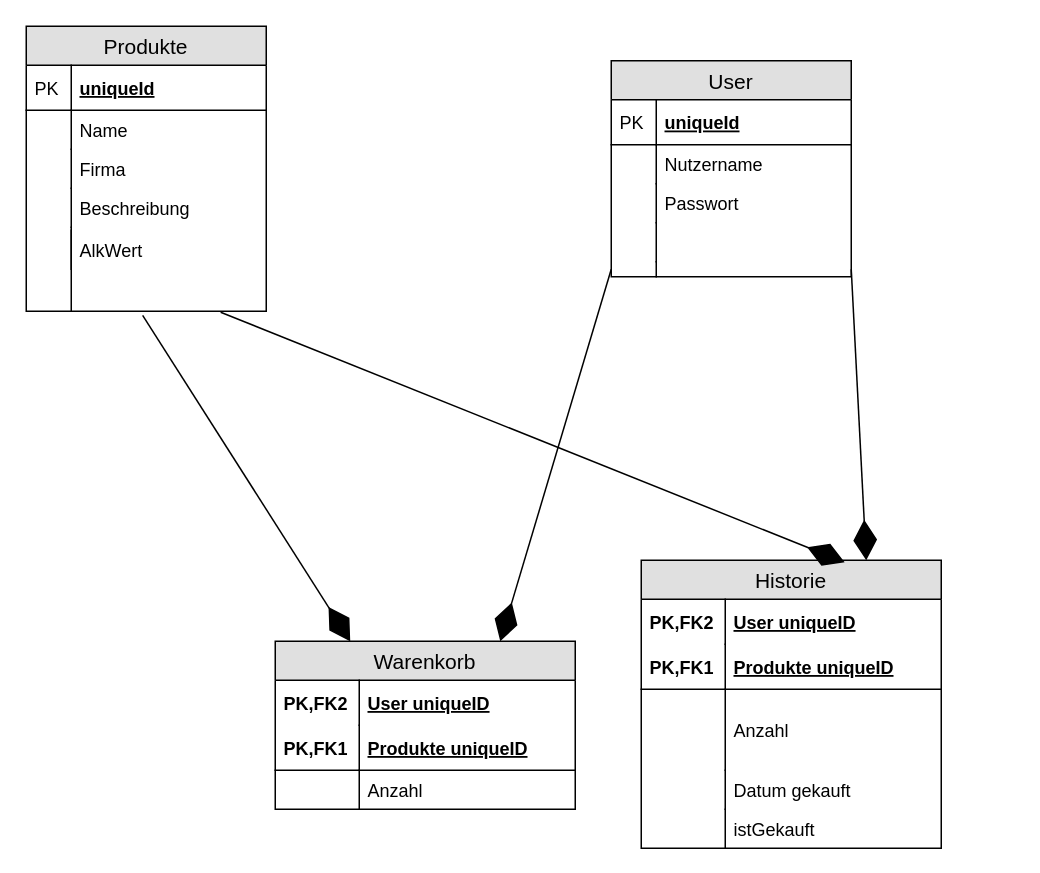
The draw.io diagram Planung/Datenbank.drawio in Lubims/partyplaner.lubims, before the edit. Source tidied: cells renumbered, new cells numbered last; positions are measured from the earlier drawing's top-left corner, leaving out a move shared by most shapes. Both pictures are drawn from the tidied source at 150%, with x=0, y=0 at pixel (26, 26).
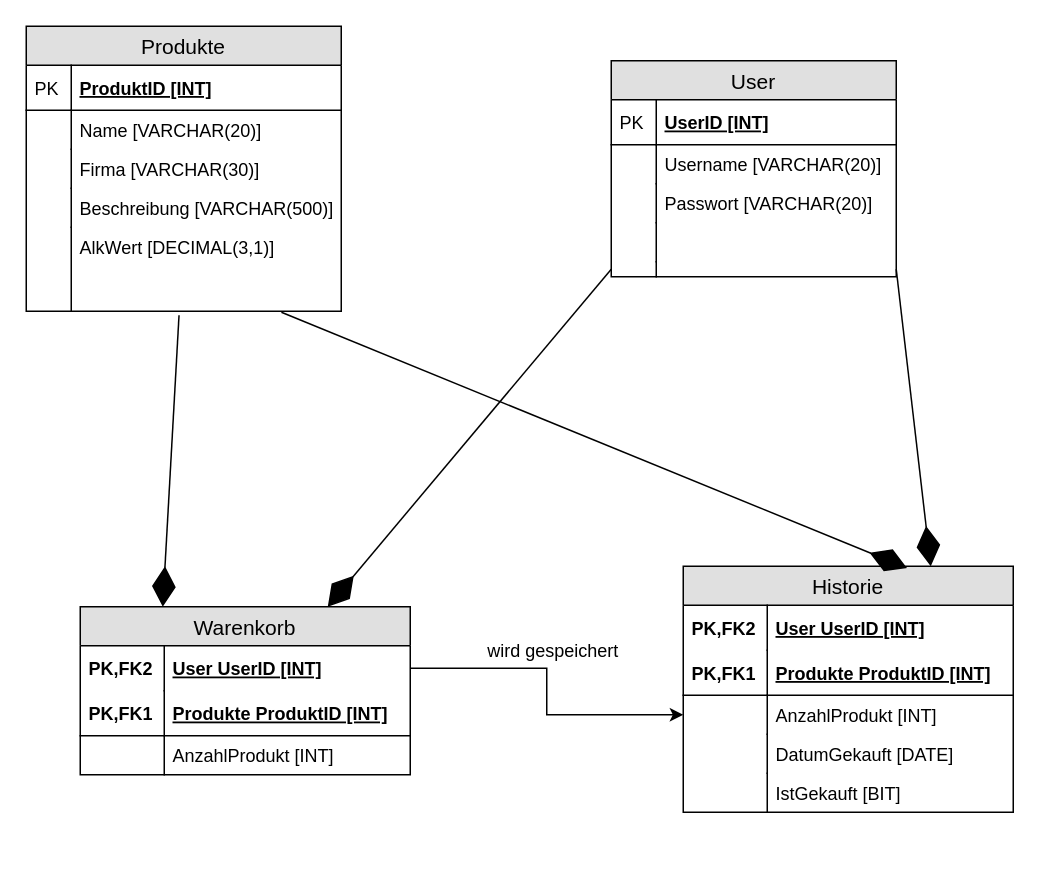
After the change.

Diff of the diagram source:
```diff
@@
     <mxCell id="2" value="Produkte" style="swimlane;fontStyle=0;horizontal=1;startSize=26;fillColor=#e0e0e0;swimlaneFillColor=#ffffff;align=center;fontSize=14;" parent="1" vertex="1">
-      <mxGeometry width="160" height="190" as="geometry" />
+      <mxGeometry width="210" height="190" as="geometry" />
     </mxCell>
-    <mxCell id="3" value="uniqueId" style="shape=partialRectangle;top=0;left=0;right=0;bottom=1;align=left;verticalAlign=middle;fillColor=none;spacingLeft=34;spacingRight=4;overflow=hidden;fontStyle=5;fontSize=12;" parent="2" vertex="1">
-      <mxGeometry y="26" width="160" height="30" as="geometry" />
+    <mxCell id="3" value="ProduktID [INT]" style="shape=partialRectangle;top=0;left=0;right=0;bottom=1;align=left;verticalAlign=middle;fillColor=none;spacingLeft=34;spacingRight=4;overflow=hidden;fontStyle=5;fontSize=12;" parent="2" vertex="1">
+      <mxGeometry y="26" width="210" height="30" as="geometry" />
     </mxCell>
@@
-    <mxCell id="5" value="Name" style="shape=partialRectangle;top=0;left=0;right=0;bottom=0;align=left;verticalAlign=top;fillColor=none;spacingLeft=34;spacingRight=4;overflow=hidden;fontSize=12;" parent="2" vertex="1">
-      <mxGeometry y="56" width="160" height="26" as="geometry" />
+    <mxCell id="5" value="Name [VARCHAR(20)]" style="shape=partialRectangle;top=0;left=0;right=0;bottom=0;align=left;verticalAlign=top;fillColor=none;spacingLeft=34;spacingRight=4;overflow=hidden;fontSize=12;" parent="2" vertex="1">
+      <mxGeometry y="56" width="210" height="26" as="geometry" />
     </mxCell>
@@
-    <mxCell id="7" value="Firma" style="shape=partialRectangle;top=0;left=0;right=0;bottom=0;align=left;verticalAlign=top;fillColor=none;spacingLeft=34;spacingRight=4;overflow=hidden;fontSize=12;" parent="2" vertex="1">
-      <mxGeometry y="82" width="160" height="26" as="geometry" />
+    <mxCell id="7" value="Firma [VARCHAR(30)]" style="shape=partialRectangle;top=0;left=0;right=0;bottom=0;align=left;verticalAlign=top;fillColor=none;spacingLeft=34;spacingRight=4;overflow=hidden;fontSize=12;" parent="2" vertex="1">
+      <mxGeometry y="82" width="210" height="26" as="geometry" />
     </mxCell>
@@
-    <mxCell id="9" value="Beschreibung" style="shape=partialRectangle;top=0;left=0;right=0;bottom=0;align=left;verticalAlign=top;fillColor=none;spacingLeft=34;spacingRight=4;overflow=hidden;fontSize=12;" parent="2" vertex="1">
-      <mxGeometry y="108" width="160" height="26" as="geometry" />
+    <mxCell id="9" value="Beschreibung [VARCHAR(500)]" style="shape=partialRectangle;top=0;left=0;right=0;bottom=0;align=left;verticalAlign=top;fillColor=none;spacingLeft=34;spacingRight=4;overflow=hidden;fontSize=12;" parent="2" vertex="1">
+      <mxGeometry y="108" width="210" height="26" as="geometry" />
     </mxCell>
@@
-    <mxCell id="11" style="shape=partialRectangle;top=0;left=0;right=0;bottom=0;align=left;verticalAlign=top;fillColor=none;spacingLeft=34;spacingRight=4;overflow=hidden;points=[[0,0.5],[1,0.5]];portConstraint=eastwest;fontSize=12;" parent="2" vertex="1">
-      <mxGeometry y="134" width="160" height="56" as="geometry" />
+    <mxCell id="11" value="AlkWert [DECIMAL(3,1)]" style="shape=partialRectangle;top=0;left=0;right=0;bottom=0;align=left;verticalAlign=top;fillColor=none;spacingLeft=34;spacingRight=4;overflow=hidden;points=[[0,0.5],[1,0.5]];portConstraint=eastwest;fontSize=12;" parent="2" vertex="1">
+      <mxGeometry y="134" width="210" height="56" as="geometry" />
     </mxCell>
@@
     <mxCell id="13" value="User" style="swimlane;fontStyle=0;horizontal=1;startSize=26;fillColor=#e0e0e0;swimlaneFillColor=#ffffff;align=center;fontSize=14;" parent="1" vertex="1">
-      <mxGeometry x="390" y="23" width="160" height="144" as="geometry" />
+      <mxGeometry x="390" y="23" width="190" height="144" as="geometry" />
     </mxCell>
-    <mxCell id="14" value="uniqueId" style="shape=partialRectangle;top=0;left=0;right=0;bottom=1;align=left;verticalAlign=middle;fillColor=none;spacingLeft=34;spacingRight=4;overflow=hidden;fontStyle=5;fontSize=12;" parent="13" vertex="1">
-      <mxGeometry y="26" width="160" height="30" as="geometry" />
+    <mxCell id="14" value="UserID [INT]" style="shape=partialRectangle;top=0;left=0;right=0;bottom=1;align=left;verticalAlign=middle;fillColor=none;spacingLeft=34;spacingRight=4;overflow=hidden;fontStyle=5;fontSize=12;" parent="13" vertex="1">
+      <mxGeometry y="26" width="190" height="30" as="geometry" />
     </mxCell>
@@
-    <mxCell id="16" value="Nutzername" style="shape=partialRectangle;top=0;left=0;right=0;bottom=0;align=left;verticalAlign=top;fillColor=none;spacingLeft=34;spacingRight=4;overflow=hidden;fontSize=12;" parent="13" vertex="1">
-      <mxGeometry y="56" width="160" height="26" as="geometry" />
+    <mxCell id="16" value="Username [VARCHAR(20)]" style="shape=partialRectangle;top=0;left=0;right=0;bottom=0;align=left;verticalAlign=top;fillColor=none;spacingLeft=34;spacingRight=4;overflow=hidden;fontSize=12;" parent="13" vertex="1">
+      <mxGeometry y="56" width="190" height="26" as="geometry" />
     </mxCell>
@@
-    <mxCell id="18" value="Passwort" style="shape=partialRectangle;top=0;left=0;right=0;bottom=0;align=left;verticalAlign=top;fillColor=none;spacingLeft=34;spacingRight=4;overflow=hidden;fontSize=12;" parent="13" vertex="1">
-      <mxGeometry y="82" width="160" height="26" as="geometry" />
+    <mxCell id="18" value="Passwort [VARCHAR(20)]" style="shape=partialRectangle;top=0;left=0;right=0;bottom=0;align=left;verticalAlign=top;fillColor=none;spacingLeft=34;spacingRight=4;overflow=hidden;fontSize=12;" parent="13" vertex="1">
+      <mxGeometry y="82" width="190" height="26" as="geometry" />
     </mxCell>
@@
     <mxCell id="20" style="shape=partialRectangle;top=0;left=0;right=0;bottom=0;align=left;verticalAlign=top;fillColor=none;spacingLeft=34;spacingRight=4;overflow=hidden;fontSize=12;" parent="13" vertex="1">
-      <mxGeometry y="108" width="160" height="26" as="geometry" />
+      <mxGeometry y="108" width="190" height="26" as="geometry" />
     </mxCell>
@@
     <mxCell id="22" style="shape=partialRectangle;top=0;left=0;right=0;bottom=0;align=left;verticalAlign=top;fillColor=none;spacingLeft=34;spacingRight=4;overflow=hidden;points=[[0,0.5],[1,0.5]];portConstraint=eastwest;fontSize=12;" parent="13" vertex="1">
-      <mxGeometry y="134" width="160" height="10" as="geometry" />
+      <mxGeometry y="134" width="190" height="10" as="geometry" />
     </mxCell>
@@
+    <mxCell id="48" style="edgeStyle=orthogonalEdgeStyle;rounded=0;jettySize=auto;html=1;exitX=1;exitY=0.5;exitDx=0;exitDy=0;entryX=0;entryY=0.5;entryDx=0;entryDy=0;" parent="1" edge="1" source="25" target="40">
+      <mxGeometry relative="1" as="geometry" />
+    </mxCell>
+    <mxCell id="49" value="wird gespeichert" style="text;html=1;align=center;verticalAlign=middle;labelBackgroundColor=#ffffff;" parent="48" vertex="1">
+      <mxGeometry x="0.13" relative="1" as="geometry">
+        <mxPoint x="3" y="-41" as="offset" />
+      </mxGeometry>
+    </mxCell>
     <mxCell id="24" value="Warenkorb" style="swimlane;fontStyle=0;horizontal=1;startSize=26;fillColor=#e0e0e0;swimlaneFillColor=#ffffff;align=center;fontSize=14;" parent="1" vertex="1">
-      <mxGeometry x="166" y="410" width="200" height="112" as="geometry" />
+      <mxGeometry x="36" y="387" width="220" height="112" as="geometry" />
     </mxCell>
-    <mxCell id="25" value="User uniqueID" style="shape=partialRectangle;top=0;left=0;right=0;bottom=0;align=left;verticalAlign=middle;fillColor=none;spacingLeft=60;spacingRight=4;overflow=hidden;points=[[0,0.5],[1,0.5]];portConstraint=eastwest;fontStyle=5;fontSize=12;" parent="24" vertex="1">
-      <mxGeometry y="26" width="200" height="30" as="geometry" />
+    <mxCell id="25" value="User UserID [INT]" style="shape=partialRectangle;top=0;left=0;right=0;bottom=0;align=left;verticalAlign=middle;fillColor=none;spacingLeft=60;spacingRight=4;overflow=hidden;points=[[0,0.5],[1,0.5]];portConstraint=eastwest;fontStyle=5;fontSize=12;" parent="24" vertex="1">
+      <mxGeometry y="26" width="220" height="30" as="geometry" />
     </mxCell>
@@
-    <mxCell id="27" value="Produkte uniqueID" style="shape=partialRectangle;top=0;left=0;right=0;bottom=1;align=left;verticalAlign=middle;fillColor=none;spacingLeft=60;spacingRight=4;overflow=hidden;fontStyle=5;fontSize=12;" parent="24" vertex="1">
-      <mxGeometry y="56" width="200" height="30" as="geometry" />
+    <mxCell id="27" value="Produkte ProduktID [INT]" style="shape=partialRectangle;top=0;left=0;right=0;bottom=1;align=left;verticalAlign=middle;fillColor=none;spacingLeft=60;spacingRight=4;overflow=hidden;fontStyle=5;fontSize=12;" parent="24" vertex="1">
+      <mxGeometry y="56" width="220" height="30" as="geometry" />
     </mxCell>
@@
-    <mxCell id="29" value="Anzahl" style="shape=partialRectangle;top=0;left=0;right=0;bottom=0;align=left;verticalAlign=top;fillColor=none;spacingLeft=60;spacingRight=4;overflow=hidden;fontSize=12;" parent="24" vertex="1">
-      <mxGeometry y="86" width="200" height="26" as="geometry" />
+    <mxCell id="29" value="AnzahlProdukt [INT]" style="shape=partialRectangle;top=0;left=0;right=0;bottom=0;align=left;verticalAlign=top;fillColor=none;spacingLeft=60;spacingRight=4;overflow=hidden;fontSize=12;" parent="24" vertex="1">
+      <mxGeometry y="86" width="220" height="26" as="geometry" />
     </mxCell>
@@
-    <mxCell id="31" value="AlkWert" style="shape=partialRectangle;top=0;left=0;right=0;bottom=0;align=left;verticalAlign=top;fillColor=none;spacingLeft=34;spacingRight=4;overflow=hidden;fontSize=12;" parent="1" vertex="1">
-      <mxGeometry y="136" width="160" height="26" as="geometry" />
-    </mxCell>
-    <mxCell id="32" style="shape=partialRectangle;top=0;left=0;bottom=0;fillColor=none;align=left;verticalAlign=top;spacingLeft=4;spacingRight=4;overflow=hidden;fontSize=12;" parent="31" vertex="1">
-      <mxGeometry width="30" height="26" as="geometry" />
-    </mxCell>
     <mxCell id="33" value="Historie" style="swimlane;fontStyle=0;horizontal=1;startSize=26;fillColor=#e0e0e0;swimlaneFillColor=#ffffff;align=center;fontSize=14;" parent="1" vertex="1">
-      <mxGeometry x="410" y="356" width="200" height="192" as="geometry" />
+      <mxGeometry x="438" y="360" width="220" height="164" as="geometry" />
     </mxCell>
-    <mxCell id="34" value="User uniqueID" style="shape=partialRectangle;top=0;left=0;right=0;bottom=0;align=left;verticalAlign=middle;fillColor=none;spacingLeft=60;spacingRight=4;overflow=hidden;fontStyle=5;fontSize=12;" parent="33" vertex="1">
-      <mxGeometry y="26" width="200" height="30" as="geometry" />
+    <mxCell id="34" value="User UserID [INT]" style="shape=partialRectangle;top=0;left=0;right=0;bottom=0;align=left;verticalAlign=middle;fillColor=none;spacingLeft=60;spacingRight=4;overflow=hidden;fontStyle=5;fontSize=12;" parent="33" vertex="1">
+      <mxGeometry y="26" width="220" height="30" as="geometry" />
     </mxCell>
@@
-    <mxCell id="36" value="Produkte uniqueID" style="shape=partialRectangle;top=0;left=0;right=0;bottom=1;align=left;verticalAlign=middle;fillColor=none;spacingLeft=60;spacingRight=4;overflow=hidden;fontStyle=5;fontSize=12;" parent="33" vertex="1">
-      <mxGeometry y="56" width="200" height="30" as="geometry" />
+    <mxCell id="36" value="Produkte ProduktID [INT]" style="shape=partialRectangle;top=0;left=0;right=0;bottom=1;align=left;verticalAlign=middle;fillColor=none;spacingLeft=60;spacingRight=4;overflow=hidden;fontStyle=5;fontSize=12;" parent="33" vertex="1">
+      <mxGeometry y="56" width="220" height="30" as="geometry" />
     </mxCell>
@@
-    <mxCell id="38" value="&#10;Anzahl&#10;" style="shape=partialRectangle;top=0;left=0;right=0;bottom=0;align=left;verticalAlign=top;fillColor=none;spacingLeft=60;spacingRight=4;overflow=hidden;fontSize=12;" parent="33" vertex="1">
-      <mxGeometry y="86" width="200" height="54" as="geometry" />
-    </mxCell>
-    <mxCell id="39" style="shape=partialRectangle;top=0;left=0;bottom=0;fillColor=none;align=left;verticalAlign=top;spacingLeft=4;spacingRight=4;overflow=hidden;fontSize=12;" parent="38" vertex="1">
-      <mxGeometry width="56" height="54" as="geometry" />
-    </mxCell>
-    <mxCell id="40" value="Datum gekauft" style="shape=partialRectangle;top=0;left=0;right=0;bottom=0;align=left;verticalAlign=top;fillColor=none;spacingLeft=60;spacingRight=4;overflow=hidden;points=[[0,0.5],[1,0.5]];portConstraint=eastwest;fontSize=12;" parent="33" vertex="1">
-      <mxGeometry y="140" width="200" height="26" as="geometry" />
+    <mxCell id="40" value="AnzahlProdukt [INT]" style="shape=partialRectangle;top=0;left=0;right=0;bottom=0;align=left;verticalAlign=top;fillColor=none;spacingLeft=60;spacingRight=4;overflow=hidden;points=[[0,0.5],[1,0.5]];portConstraint=eastwest;fontSize=12;" parent="33" vertex="1">
+      <mxGeometry y="86" width="220" height="26" as="geometry" />
     </mxCell>
@@
-    <mxCell id="42" value="istGekauft" style="shape=partialRectangle;top=0;left=0;right=0;bottom=0;align=left;verticalAlign=top;fillColor=none;spacingLeft=60;spacingRight=4;overflow=hidden;fontSize=12;" parent="33" vertex="1">
-      <mxGeometry y="166" width="200" height="26" as="geometry" />
+    <mxCell id="42" value="DatumGekauft [DATE]" style="shape=partialRectangle;top=0;left=0;right=0;bottom=0;align=left;verticalAlign=top;fillColor=none;spacingLeft=60;spacingRight=4;overflow=hidden;fontSize=12;" parent="33" vertex="1">
+      <mxGeometry y="112" width="220" height="26" as="geometry" />
     </mxCell>
@@
+    <mxCell id="50" value="IstGekauft [BIT]" style="shape=partialRectangle;top=0;left=0;right=0;bottom=0;align=left;verticalAlign=top;fillColor=none;spacingLeft=60;spacingRight=4;overflow=hidden;fontSize=12;" parent="33" vertex="1">
+      <mxGeometry y="138" width="220" height="26" as="geometry" />
+    </mxCell>
+    <mxCell id="51" style="shape=partialRectangle;top=0;left=0;bottom=0;fillColor=none;align=left;verticalAlign=top;spacingLeft=4;spacingRight=4;overflow=hidden;fontSize=12;" parent="50" vertex="1">
+      <mxGeometry width="56" height="26" as="geometry" />
+    </mxCell>
```
